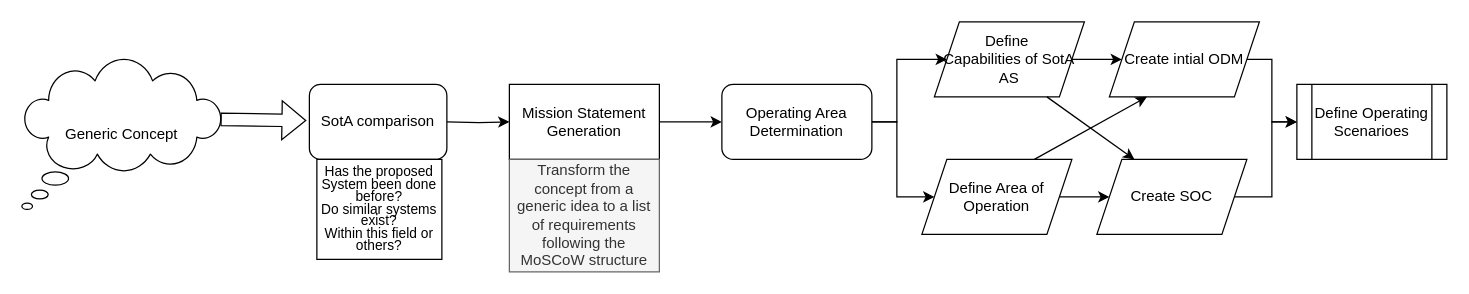
Above: Step 1/Step-1.drawio in TortoiseFather/SACRED (draw.io), before the change. Source tidied: cells renumbered, new cells numbered last; positions are measured from the earlier drawing's top-left corner, leaving out a move shared by most shapes. Both pictures are drawn from the tidied source at 125%, with x=0, y=0 at pixel (21, 21).
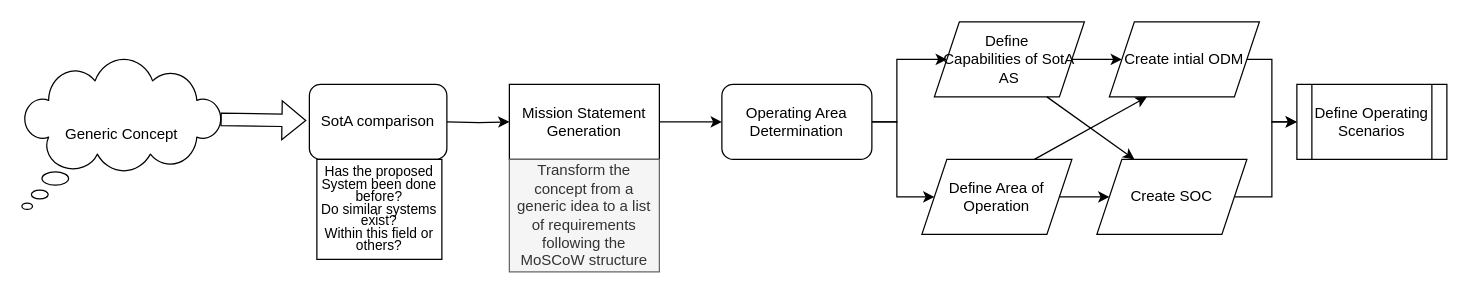
Above is the later version.

Change to the diagram source:
```diff
@@
-    <mxCell id="17" value="Define Operating Scenarioes" style="shape=process;whiteSpace=wrap;html=1;backgroundOutline=1;" parent="1" vertex="1">
+    <mxCell id="17" value="Define Operating Scenarios" style="shape=process;whiteSpace=wrap;html=1;backgroundOutline=1;" parent="1" vertex="1">
       <mxGeometry x="1020" y="50" width="120" height="60" as="geometry" />
     </mxCell>
```
